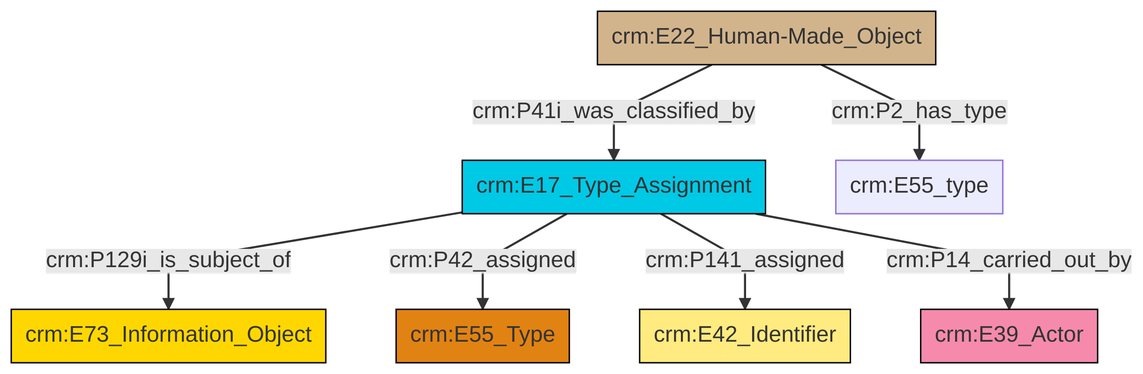
This is et/builtWorkCSV/ttl/mmd/png/Built_Work_designation_status.png from swiss-art-research-net/reference-data-models, a Mermaid export, as it was before one commit. Its source is kept beside it as et/builtWorkCSV/ttl/mmd/Built_Work_designation_status.ttl.mmd.
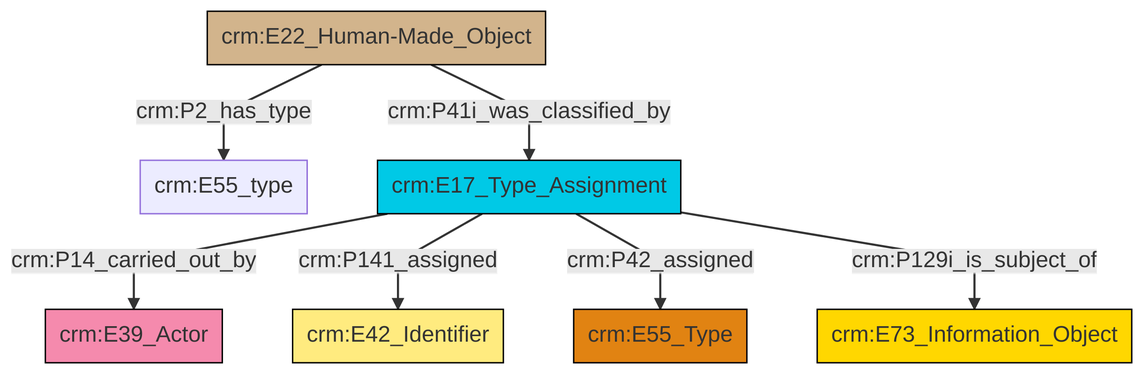
The same file after the commit.

What changed in the source:
```diff
@@ -13,9 +13,9 @@
 classDef PC_Classes fill:#4ce600, stroke:#000000;
 classDef Multi fill:#cccccc,stroke:#000000;
 
-2["crm:E17_Type_Assignment"]:::Temporal_Entity -->|crm:P129i_is_subject_of| 4["crm:E73_Information_Object"]:::Conceptual_Object
-2["crm:E17_Type_Assignment"]:::Temporal_Entity -->|crm:P42_assigned| 5["crm:E55_Type"]:::Type
-2["crm:E17_Type_Assignment"]:::Temporal_Entity -->|crm:P141_assigned| 10["crm:E42_Identifier"]:::Appellation
-2["crm:E17_Type_Assignment"]:::Temporal_Entity -->|crm:P14_carried_out_by| 0["crm:E39_Actor"]:::Actor
-8["crm:E22_Human-Made_Object"]:::Physical_Thing -->|crm:P41i_was_classified_by| 2["crm:E17_Type_Assignment"]:::Temporal_Entity
-8["crm:E22_Human-Made_Object"]:::Physical_Thing -->|crm:P2_has_type| 11["crm:E55_type"]:::Default
+0["crm:E22_Human-Made_Object"]:::Physical_Thing -->|crm:P2_has_type| 1["crm:E55_type"]:::Default
+2["crm:E17_Type_Assignment"]:::Temporal_Entity -->|crm:P14_carried_out_by| 3["crm:E39_Actor"]:::Actor
+2["crm:E17_Type_Assignment"]:::Temporal_Entity -->|crm:P141_assigned| 5["crm:E42_Identifier"]:::Appellation
+2["crm:E17_Type_Assignment"]:::Temporal_Entity -->|crm:P42_assigned| 9["crm:E55_Type"]:::Type
+2["crm:E17_Type_Assignment"]:::Temporal_Entity -->|crm:P129i_is_subject_of| 6["crm:E73_Information_Object"]:::Conceptual_Object
+0["crm:E22_Human-Made_Object"]:::Physical_Thing -->|crm:P41i_was_classified_by| 2["crm:E17_Type_Assignment"]:::Temporal_Entity
```
